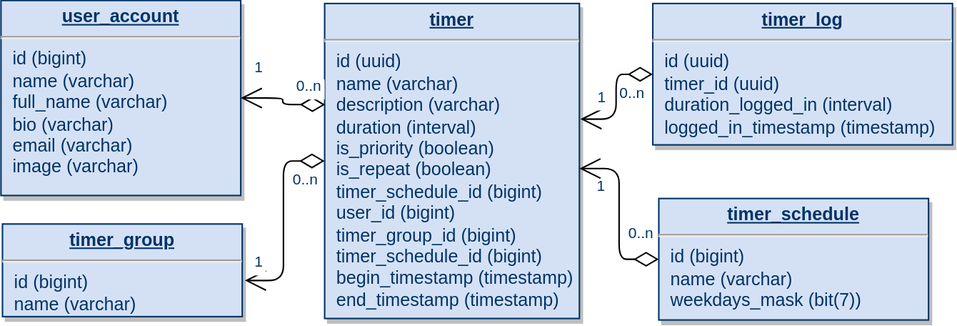
This is Org Files/Release 0.2.0 Database Schema.svg from al-kuznetsov/tick-a-boo-org-files, a draw.io export, as it was before one commit. Source tidied: cells renumbered, new cells last; positions are measured from the earlier drawing's top-left corner, leaving out a move shared by most shapes.
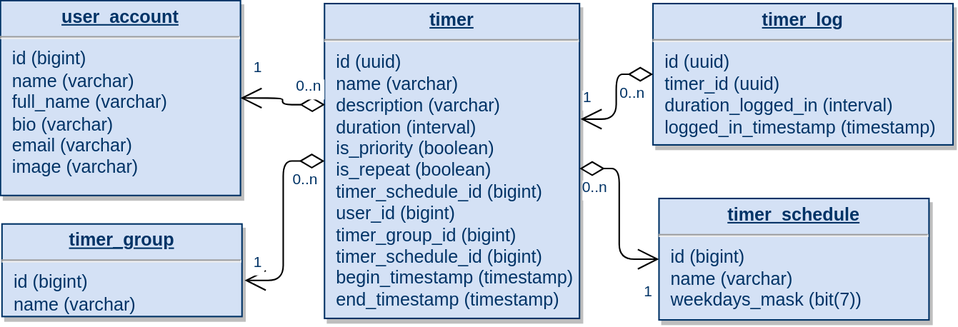
Above is the later version.

Commit message:
Fix Release 0.2.0 Database Schema

What changed in the source:
```diff
@@ -17,17 +17,15 @@
     <mxCell id="6" value="&lt;p style=&quot;margin: 0px; margin-top: 4px; text-align: center; text-decoration: underline;&quot;&gt;&lt;strong&gt;timer_log&lt;/strong&gt;&lt;/p&gt;&lt;hr&gt;&lt;p style=&quot;margin: 0px; margin-left: 8px;&quot;&gt;id (uuid)&lt;/p&gt;&lt;p style=&quot;margin: 0px; margin-left: 8px;&quot;&gt;timer_id (uuid)&lt;/p&gt;&lt;p style=&quot;margin: 0px; margin-left: 8px;&quot;&gt;duration_logged_in (interval)&lt;/p&gt;&lt;p style=&quot;margin: 0px; margin-left: 8px;&quot;&gt;logged_in_timestamp (timestamp)&lt;/p&gt;" style="verticalAlign=top;align=left;overflow=fill;fontSize=12;fontFamily=Helvetica;html=1;strokeColor=#003366;shadow=1;fillColor=#D4E1F5;fontColor=#003366;" parent="1" vertex="1">
       <mxGeometry x="435" y="2" width="200" height="94.2" as="geometry" />
     </mxCell>
-    <mxCell id="7" style="endArrow=open;endSize=12;startArrow=diamondThin;startSize=14;startFill=0;edgeStyle=orthogonalEdgeStyle;entryX=1;entryY=0.524;entryDx=0;entryDy=0;entryPerimeter=0;" parent="1" edge="1" source="5" target="2">
+    <mxCell id="7" style="endArrow=open;endSize=12;startArrow=diamondThin;startSize=14;startFill=0;edgeStyle=orthogonalEdgeStyle;exitX=1;exitY=0.524;exitDx=0;exitDy=0;exitPerimeter=0;" parent="1" edge="1" source="2" target="5">
       <mxGeometry x="519.4" y="200" as="geometry" />
     </mxCell>
     <mxCell id="8" value="0..n" style="align=left;verticalAlign=top;labelBackgroundColor=#ffffff;fontSize=10;strokeColor=#003366;shadow=1;fillColor=#D4E1F5;fontColor=#003366;" parent="7" vertex="1">
-      <mxGeometry x="-1" relative="1" as="geometry">
-        <mxPoint x="-22" y="-30" as="offset" />
-      </mxGeometry>
+      <mxGeometry x="-1" relative="1" as="geometry" />
     </mxCell>
     <mxCell id="9" value="1" style="align=right;verticalAlign=top;labelBackgroundColor=#ffffff;fontSize=10;strokeColor=#003366;shadow=1;fillColor=#D4E1F5;fontColor=#003366;" parent="7" vertex="1">
       <mxGeometry x="1" relative="1" as="geometry">
-        <mxPoint x="19" y="-1" as="offset" />
+        <mxPoint x="-3" y="9" as="offset" />
       </mxGeometry>
     </mxCell>
     <mxCell id="10" style="endArrow=open;endSize=12;startArrow=diamondThin;startSize=14;startFill=0;edgeStyle=orthogonalEdgeStyle;entryX=1.004;entryY=0.367;entryDx=0;entryDy=0;entryPerimeter=0;" parent="1" edge="1" source="6" target="2">
@@ -40,7 +38,7 @@
     </mxCell>
     <mxCell id="12" value="1" style="align=right;verticalAlign=top;labelBackgroundColor=#ffffff;fontSize=10;strokeColor=#003366;shadow=1;fillColor=#D4E1F5;fontColor=#003366;" parent="10" vertex="1">
       <mxGeometry x="1" relative="1" as="geometry">
-        <mxPoint x="18" y="-27" as="offset" />
+        <mxPoint x="9" y="-27" as="offset" />
       </mxGeometry>
     </mxCell>
     <mxCell id="13" style="endArrow=open;endSize=12;startArrow=diamondThin;startSize=14;startFill=0;edgeStyle=orthogonalEdgeStyle;exitX=0;exitY=0.5;exitDx=0;exitDy=0;entryX=1.011;entryY=0.61;entryDx=0;entryDy=0;entryPerimeter=0;" parent="1" edge="1" source="2" target="4">
```
